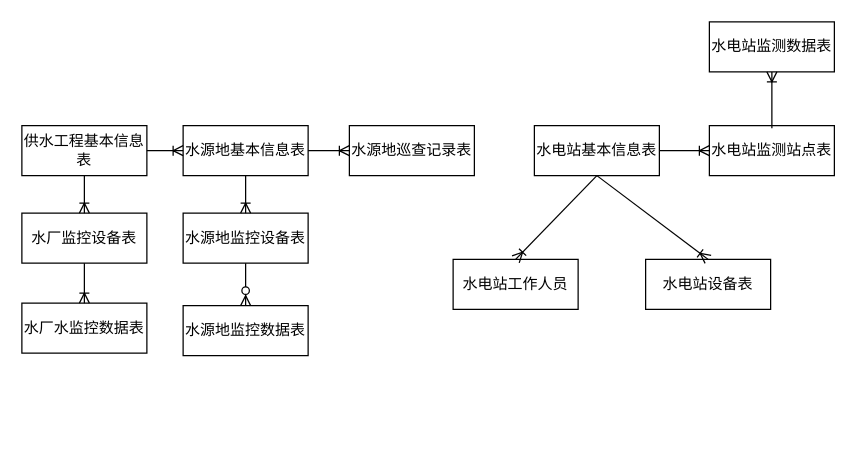
Above: file/ncsler.drawio in DORcode/admin-demo (draw.io), before the change. Source tidied: cells renumbered, new cells numbered last; positions are measured from the earlier drawing's top-left corner, leaving out a move shared by most shapes. Both pictures are drawn from the tidied source at 125%, with x=0, y=0 at pixel (21, 21).
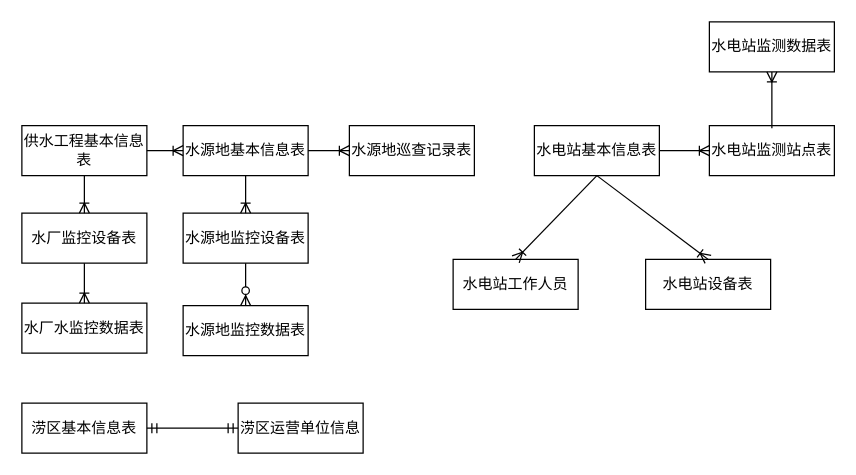
The same page after the edit.

The edit, as a diff of the source:
```diff
@@
+    <mxCell id="24" value="涝区基本信息表" style="whiteSpace=wrap;html=1;align=center;fontFamily=仿宋;" parent="1" vertex="1">
+      <mxGeometry y="305" width="100" height="40" as="geometry" />
+    </mxCell>
+    <mxCell id="25" value="涝区运营单位信息" style="whiteSpace=wrap;html=1;align=center;fontFamily=仿宋;" parent="1" vertex="1">
+      <mxGeometry x="173" y="305" width="100" height="40" as="geometry" />
+    </mxCell>
+    <mxCell id="26" style="edgeStyle=entityRelationEdgeStyle;fontSize=12;html=1;endArrow=ERmandOne;startArrow=ERmandOne;exitX=1;exitY=0.5;exitDx=0;exitDy=0;" parent="1" edge="1" source="24" target="25">
+      <mxGeometry relative="1" as="geometry" />
+    </mxCell>
```
